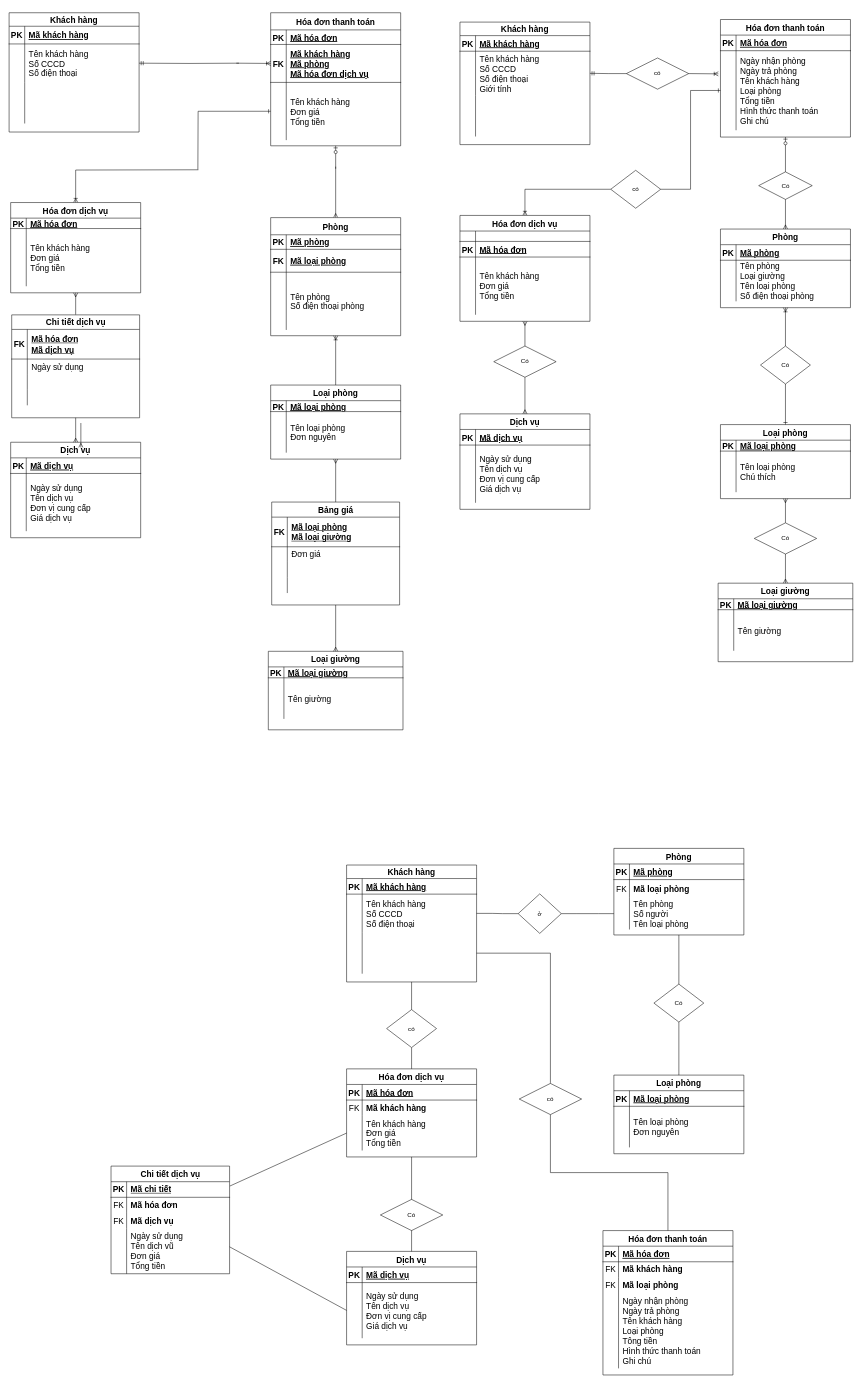
Earlier version of the draw.io diagram chart_4.drawio (gakucode0602/Chart). Source tidied: cells renumbered, new cells numbered last; positions are measured from the earlier drawing's top-left corner, leaving out a move shared by most shapes. Both pictures are drawn from the tidied source at 52%, with x=0, y=0 at pixel (9, 12).
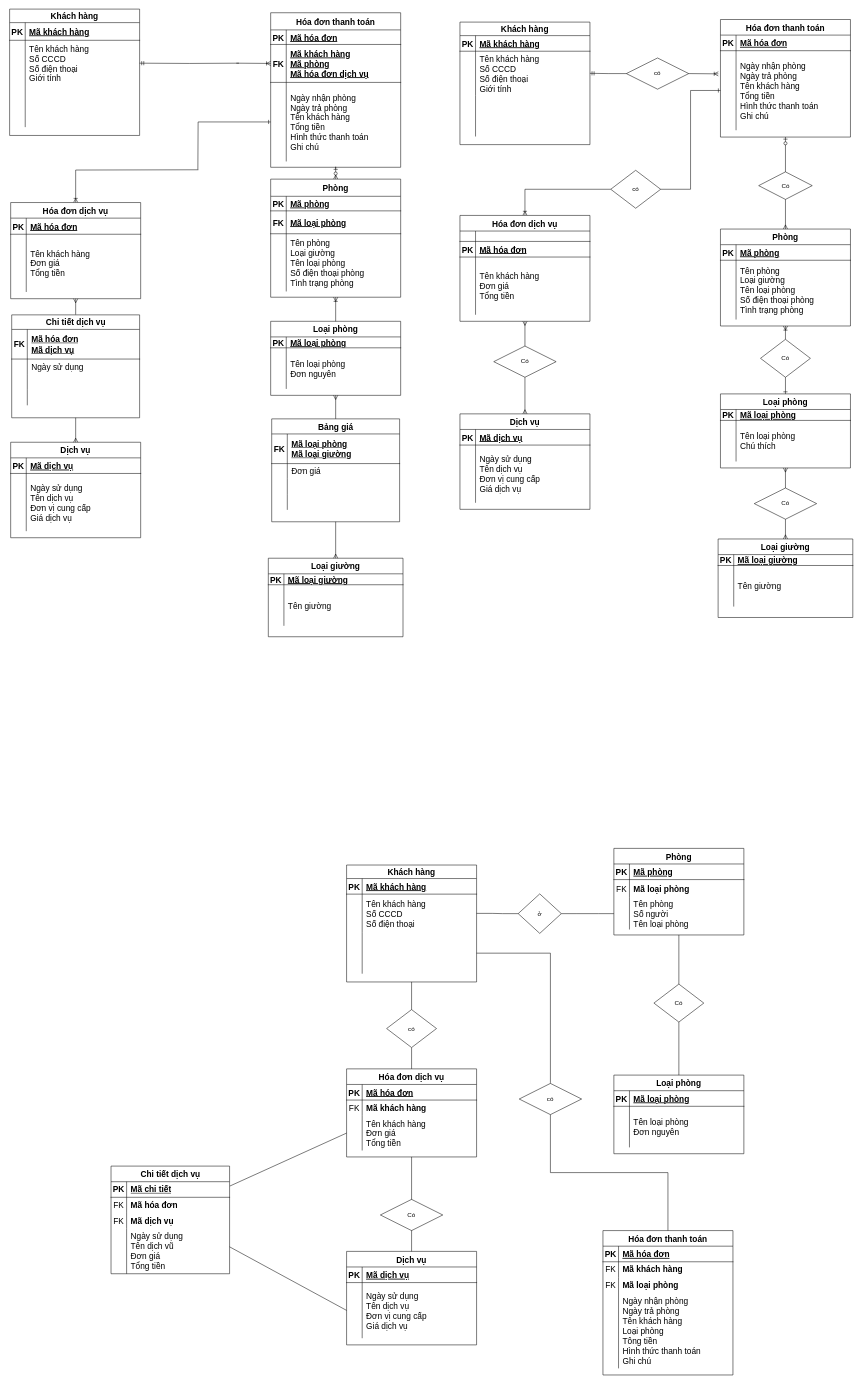
The same diagram, later.

Commit message (it also covers changes not shown here):
Cập nhật chart_4.drawio

Unchanged cells that the change refers to:
```xml
<mxCell id="37" style="shape=partialRectangle;fillColor=none;points=[[0,0.5],[1,0.5]];portConstraint=eastwest;top=0;left=0;right=0;bottom=0;fontSize=16;" parent="33" vertex="1">
  <mxGeometry y="60" width="250" height="153" as="geometry" />
</mxCell>
<mxCell id="221" style="shape=partialRectangle;fillColor=none;top=0;left=0;right=0;bottom=0;fontSize=16;" parent="214" vertex="1">
  <mxGeometry y="105" width="250" height="111" as="geometry" />
</mxCell>
```

Diff of the diagram source:
```diff
@@
     <mxCell id="12" value="Loại phòng" style="shape=table;startSize=30;childLayout=tableLayout;rowLines=0;fontStyle=1;align=center;fontSize=16;" parent="1" vertex="1">
-      <mxGeometry x="1368" y="792" width="250" height="142.4" as="geometry" />
+      <mxGeometry x="1368" y="733" width="250" height="142.4" as="geometry" />
     </mxCell>
@@
     <mxCell id="19" value="Phòng" style="shape=table;startSize=30;childLayout=tableLayout;rowLines=0;fontStyle=1;align=center;fontSize=16;" parent="1" vertex="1">
-      <mxGeometry x="1368" y="416" width="250" height="151.2" as="geometry" />
+      <mxGeometry x="1368" y="416" width="250" height="186.4" as="geometry" />
     </mxCell>
@@
     <mxCell id="23" style="shape=partialRectangle;fillColor=none;top=0;left=0;right=0;bottom=0;fontSize=16;" parent="19" vertex="1">
-      <mxGeometry y="60" width="250" height="79" as="geometry" />
+      <mxGeometry y="60" width="250" height="114" as="geometry" />
     </mxCell>
     <mxCell id="24" style="shape=partialRectangle;overflow=hidden;fillColor=none;top=0;left=0;bottom=0;right=0;fontSize=16;" parent="23" vertex="1">
-      <mxGeometry width="30" height="79" as="geometry" />
+      <mxGeometry width="30" height="114" as="geometry" />
     </mxCell>
-    <mxCell id="25" value="Tên phòng&#10;Loại giường&#10;Tên loại phòng&#10;Số điện thoại phòng" style="shape=partialRectangle;overflow=hidden;fillColor=none;top=0;left=0;bottom=0;right=0;align=left;spacingLeft=6;fontSize=16;" parent="23" vertex="1">
-      <mxGeometry x="30" width="220" height="79" as="geometry" />
+    <mxCell id="25" value="Tên phòng&#10;Loại giường&#10;Tên loại phòng&#10;Số điện thoại phòng&#10;Tình trạng phòng" style="shape=partialRectangle;overflow=hidden;fillColor=none;top=0;left=0;bottom=0;right=0;align=left;spacingLeft=6;fontSize=16;" parent="23" vertex="1">
+      <mxGeometry x="30" width="220" height="114" as="geometry" />
     </mxCell>
@@
-    <mxCell id="39" value="Ngày nhận phòng&#10;Ngày trả phòng&#10;Tên khách hàng&#10;Loại phòng&#10;Tổng tiền&#10;Hình thức thanh toán&#10;Ghi chú" style="shape=partialRectangle;overflow=hidden;fillColor=none;top=0;left=0;bottom=0;right=0;align=left;spacingLeft=6;fontSize=16;" parent="37" vertex="1">
+    <mxCell id="39" value="Ngày nhận phòng&#10;Ngày trả phòng&#10;Tên khách hàng&#10;Tổng tiền&#10;Hình thức thanh toán&#10;Ghi chú" style="shape=partialRectangle;overflow=hidden;fillColor=none;top=0;left=0;bottom=0;right=0;align=left;spacingLeft=6;fontSize=16;" parent="37" vertex="1">
       <mxGeometry x="30" width="220" height="153" as="geometry" />
     </mxCell>
     <mxCell id="40" value="Có" style="shape=rhombus;perimeter=rhombusPerimeter;whiteSpace=wrap;html=1;align=center;" parent="1" vertex="1">
-      <mxGeometry x="1445" y="641" width="96" height="73" as="geometry" />
+      <mxGeometry x="1445" y="628.1" width="96" height="73" as="geometry" />
     </mxCell>
@@
     <mxCell id="151" value="Khách hàng" style="shape=table;startSize=26;childLayout=tableLayout;rowLines=0;fontStyle=1;align=center;fontSize=16;" parent="1" vertex="1">
-      <mxGeometry width="250" height="229.4" as="geometry" />
+      <mxGeometry x="1" y="-7" width="250" height="243" as="geometry" />
     </mxCell>
@@
     <mxCell id="155" style="shape=partialRectangle;fillColor=none;points=[[0,0.5],[1,0.5]];portConstraint=eastwest;top=0;left=0;right=0;bottom=0;fontSize=16;" parent="151" vertex="1">
-      <mxGeometry y="60" width="250" height="74" as="geometry" />
+      <mxGeometry y="60" width="250" height="88" as="geometry" />
     </mxCell>
     <mxCell id="156" style="shape=partialRectangle;overflow=hidden;fillColor=none;top=0;left=0;bottom=0;right=0;fontSize=16;" parent="155" vertex="1">
-      <mxGeometry width="30" height="74" as="geometry" />
+      <mxGeometry width="30" height="88" as="geometry" />
     </mxCell>
-    <mxCell id="157" value="Tên khách hàng&#10;Số CCCD&#10;Số điện thoại" style="shape=partialRectangle;overflow=hidden;fillColor=none;top=0;left=0;bottom=0;right=0;align=left;spacingLeft=6;fontSize=16;" parent="155" vertex="1">
-      <mxGeometry x="30" width="220" height="74" as="geometry" />
+    <mxCell id="157" value="Tên khách hàng&#10;Số CCCD&#10;Số điện thoại&#10;Giới tính" style="shape=partialRectangle;overflow=hidden;fillColor=none;top=0;left=0;bottom=0;right=0;align=left;spacingLeft=6;fontSize=16;" parent="155" vertex="1">
+      <mxGeometry x="30" width="220" height="88" as="geometry" />
     </mxCell>
     <mxCell id="158" style="shape=partialRectangle;fillColor=none;top=0;left=0;right=0;bottom=0;fontSize=16;" parent="151" vertex="1">
-      <mxGeometry y="134" width="250" height="79" as="geometry" />
+      <mxGeometry y="148" width="250" height="79" as="geometry" />
     </mxCell>
@@
     <mxCell id="161" value="Loại phòng" style="shape=table;startSize=30;childLayout=tableLayout;rowLines=0;fontStyle=1;align=center;fontSize=16;" parent="1" vertex="1">
-      <mxGeometry x="503" y="716" width="250" height="142.4" as="geometry" />
+      <mxGeometry x="503" y="593.4" width="250" height="142.4" as="geometry" />
     </mxCell>
@@
     <mxCell id="182" value="Hóa đơn dịch vụ" style="shape=table;startSize=30;childLayout=tableLayout;rowLines=0;fontStyle=1;align=center;fontSize=16;" parent="1" vertex="1">
-      <mxGeometry x="3" y="365" width="250" height="173.6" as="geometry" />
+      <mxGeometry x="3" y="365" width="250" height="184.9" as="geometry" />
     </mxCell>
     <mxCell id="183" style="shape=partialRectangle;fillColor=none;top=0;left=0;right=0;bottom=1;fontSize=16;" parent="182" vertex="1">
-      <mxGeometry y="30" width="250" height="20" as="geometry" />
+      <mxGeometry y="30" width="250" height="31" as="geometry" />
     </mxCell>
     <mxCell id="184" value="PK" style="shape=partialRectangle;overflow=hidden;fillColor=none;top=0;left=0;bottom=0;right=0;fontStyle=1;fontSize=16;" parent="183" vertex="1">
-      <mxGeometry width="30" height="20" as="geometry" />
+      <mxGeometry width="30" height="31" as="geometry" />
     </mxCell>
     <mxCell id="185" value="Mã hóa đơn" style="shape=partialRectangle;overflow=hidden;fillColor=none;top=0;left=0;bottom=0;right=0;align=left;spacingLeft=6;fontStyle=5;fontSize=16;" parent="183" vertex="1">
-      <mxGeometry x="30" width="220" height="20" as="geometry" />
+      <mxGeometry x="30" width="220" height="31" as="geometry" />
     </mxCell>
     <mxCell id="186" style="shape=partialRectangle;fillColor=none;top=0;left=0;right=0;bottom=0;fontSize=16;" parent="182" vertex="1">
-      <mxGeometry y="50" width="250" height="111" as="geometry" />
+      <mxGeometry y="61" width="250" height="111" as="geometry" />
     </mxCell>
@@
     <mxCell id="191" value="Hóa đơn thanh toán" style="shape=table;startSize=33;childLayout=tableLayout;rowLines=0;fontStyle=1;align=center;fontSize=16;" parent="1" vertex="1">
-      <mxGeometry x="503" width="250" height="255.9" as="geometry" />
+      <mxGeometry x="503" width="250" height="297.2" as="geometry" />
     </mxCell>
@@
     <mxCell id="198" style="shape=partialRectangle;fillColor=none;points=[[0,0.5],[1,0.5]];portConstraint=eastwest;top=0;left=0;right=0;bottom=0;fontSize=16;" parent="191" vertex="1">
-      <mxGeometry y="134" width="250" height="111" as="geometry" />
+      <mxGeometry y="134" width="250" height="152" as="geometry" />
     </mxCell>
     <mxCell id="199" style="shape=partialRectangle;overflow=hidden;fillColor=none;top=0;left=0;bottom=0;right=0;fontSize=16;" parent="198" vertex="1">
-      <mxGeometry width="30" height="111" as="geometry" />
+      <mxGeometry width="30" height="152" as="geometry" />
     </mxCell>
-    <mxCell id="200" value="Tên khách hàng&#10;Đơn giá&#10;Tổng tiền" style="shape=partialRectangle;overflow=hidden;fillColor=none;top=0;left=0;bottom=0;right=0;align=left;spacingLeft=6;fontSize=16;" parent="198" vertex="1">
-      <mxGeometry x="30" width="220" height="111" as="geometry" />
+    <mxCell id="200" value="Ngày nhận phòng&#10;Ngày trả phòng&#10;Tên khách hàng&#10;Tổng tiền&#10;Hình thức thanh toán&#10;Ghi chú" style="shape=partialRectangle;overflow=hidden;fillColor=none;top=0;left=0;bottom=0;right=0;align=left;spacingLeft=6;fontSize=16;" parent="198" vertex="1">
+      <mxGeometry x="30" width="220" height="152" as="geometry" />
     </mxCell>
@@
     <mxCell id="214" value="Phòng" style="shape=table;startSize=33;childLayout=tableLayout;rowLines=0;fontStyle=1;align=center;fontSize=16;" parent="1" vertex="1">
-      <mxGeometry x="503" y="394" width="250" height="227.1" as="geometry" />
+      <mxGeometry x="503" y="320" width="250" height="227.1" as="geometry" />
     </mxCell>
@@
-    <mxCell id="223" value="Tên phòng&#10;Số điện thoại phòng" style="shape=partialRectangle;overflow=hidden;fillColor=none;top=0;left=0;bottom=0;right=0;align=left;spacingLeft=6;fontSize=16;" parent="221" vertex="1">
+    <mxCell id="223" value="Tên phòng&#10;Loại giường&#10;Tên loại phòng&#10;Số điện thoại phòng&#10;Tình trạng phòng" style="shape=partialRectangle;overflow=hidden;fillColor=none;top=0;left=0;bottom=0;right=0;align=left;spacingLeft=6;fontSize=16;" parent="221" vertex="1">
       <mxGeometry x="30" width="220" height="111" as="geometry" />
     </mxCell>
     <mxCell id="224" value="Loại giường" style="shape=table;startSize=30;childLayout=tableLayout;rowLines=0;fontStyle=1;align=center;fontSize=16;" parent="1" vertex="1">
-      <mxGeometry x="1363.5" y="1097" width="259" height="151" as="geometry" />
+      <mxGeometry x="1363.5" y="1012" width="259" height="151" as="geometry" />
     </mxCell>
@@
     <mxCell id="232" value="Có" style="shape=rhombus;perimeter=rhombusPerimeter;whiteSpace=wrap;html=1;align=center;" parent="1" vertex="1">
-      <mxGeometry x="1433" y="981" width="120" height="60" as="geometry" />
+      <mxGeometry x="1433" y="914" width="120" height="60" as="geometry" />
     </mxCell>
@@
     <mxCell id="234" value="Bảng giá" style="shape=table;startSize=29;childLayout=tableLayout;rowLines=0;fontStyle=1;align=center;html=1;fontSize=16;" parent="1" vertex="1">
-      <mxGeometry x="505" y="941" width="246" height="197.9" as="geometry" />
+      <mxGeometry x="505" y="781" width="246" height="197.9" as="geometry" />
     </mxCell>
@@
-    <mxCell id="247" style="fontSize=12;html=1;endArrow=ERmany;rounded=0;entryX=0.5;entryY=0;entryDx=0;entryDy=0;exitX=0.5;exitY=1;exitDx=0;exitDy=0;" parent="1" edge="1">
-      <mxGeometry relative="1" as="geometry">
-        <mxPoint x="138" y="789" as="sourcePoint" />
-        <mxPoint x="138" y="836" as="targetPoint" />
-      </mxGeometry>
-    </mxCell>
     <mxCell id="248" value="Loại giường" style="shape=table;startSize=30;childLayout=tableLayout;rowLines=0;fontStyle=1;align=center;fontSize=16;" parent="1" vertex="1">
-      <mxGeometry x="498.5" y="1228" width="259" height="151" as="geometry" />
+      <mxGeometry x="498.5" y="1049" width="259" height="151" as="geometry" />
     </mxCell>
```
